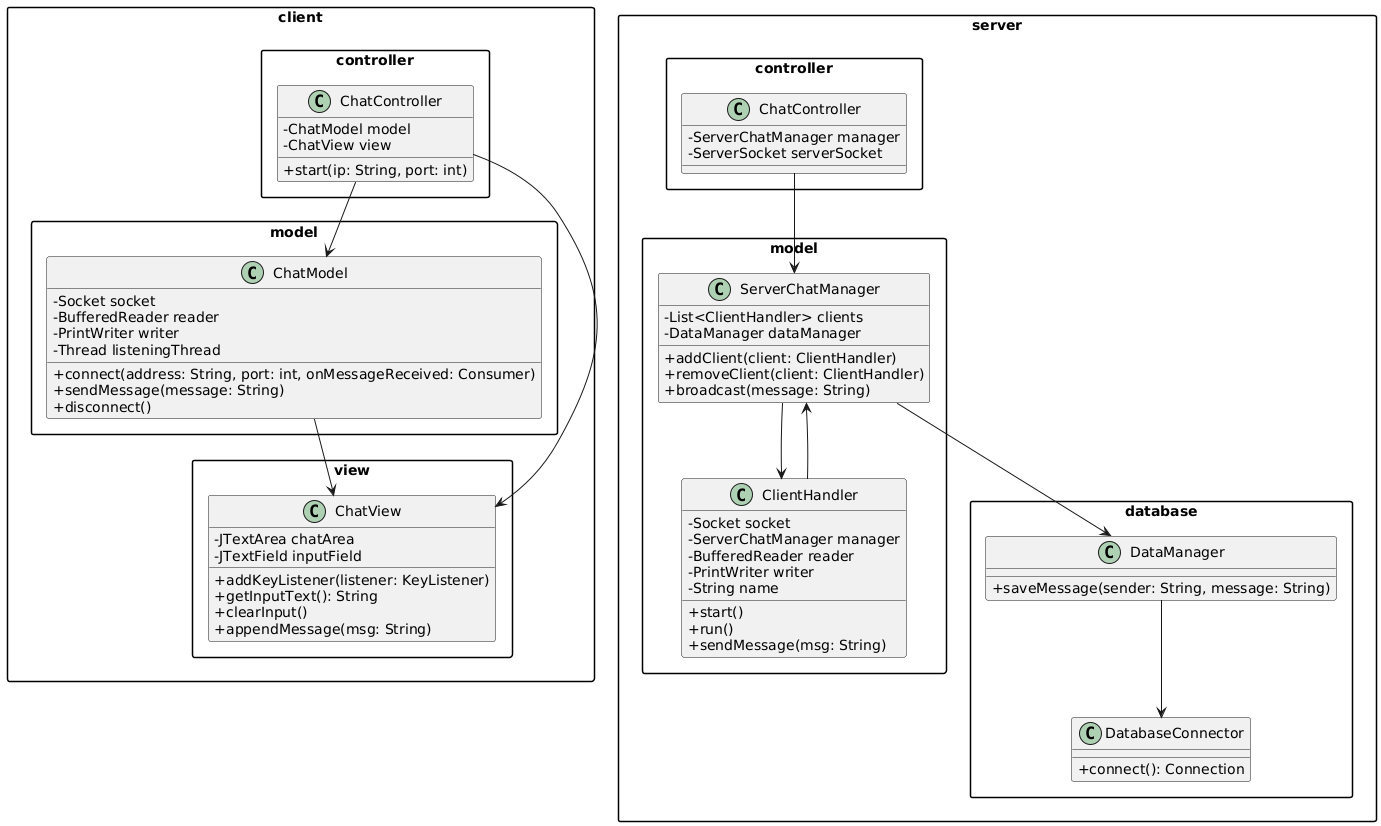
Before: Doku/Klassen.png, a diagram exported from PlantUML (Lennox95x/ChatRoom).
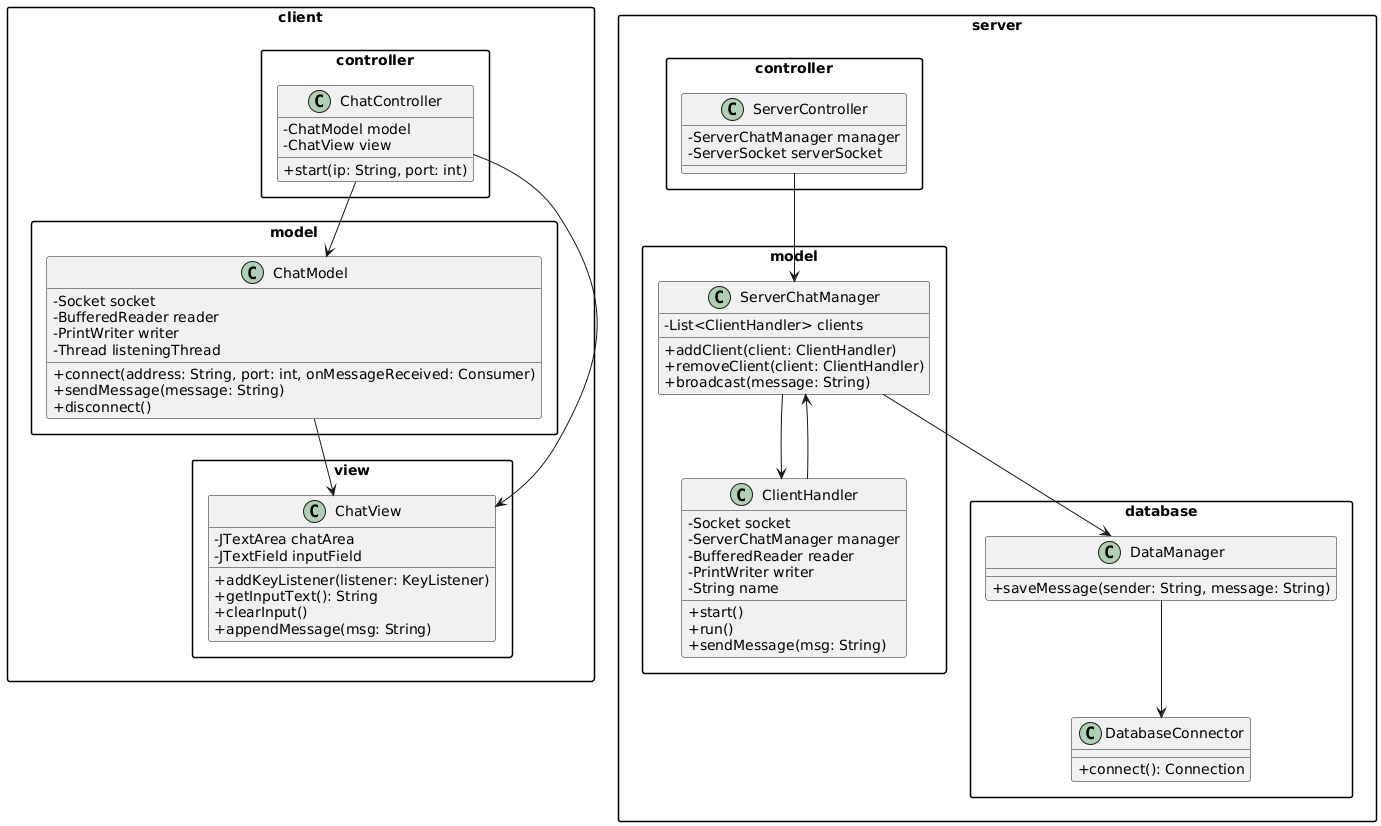
The same diagram one commit later.

The edit, as a diff of the source:
```diff
@@ -37,7 +37,7 @@
 
 package server {
   package controller {
-    class ChatController {
+    class ServerController {
       - ServerChatManager manager
       - ServerSocket serverSocket
     }
@@ -46,7 +46,6 @@
   package model {
     class ServerChatManager {
       - List<ClientHandler> clients
-      - DataManager dataManager
       + addClient(client: ClientHandler)
       + removeClient(client: ClientHandler)
       + broadcast(message: String)
@@ -79,7 +78,7 @@
 client.controller.ChatController --> client.view.ChatView
 client.model.ChatModel --> client.view.ChatView
 
-server.controller.ChatController --> server.model.ServerChatManager
+server.controller.ServerController --> server.model.ServerChatManager
 server.model.ServerChatManager --> server.model.ClientHandler
 server.model.ServerChatManager --> server.database.DataManager
 server.model.ClientHandler --> server.model.ServerChatManager
```
